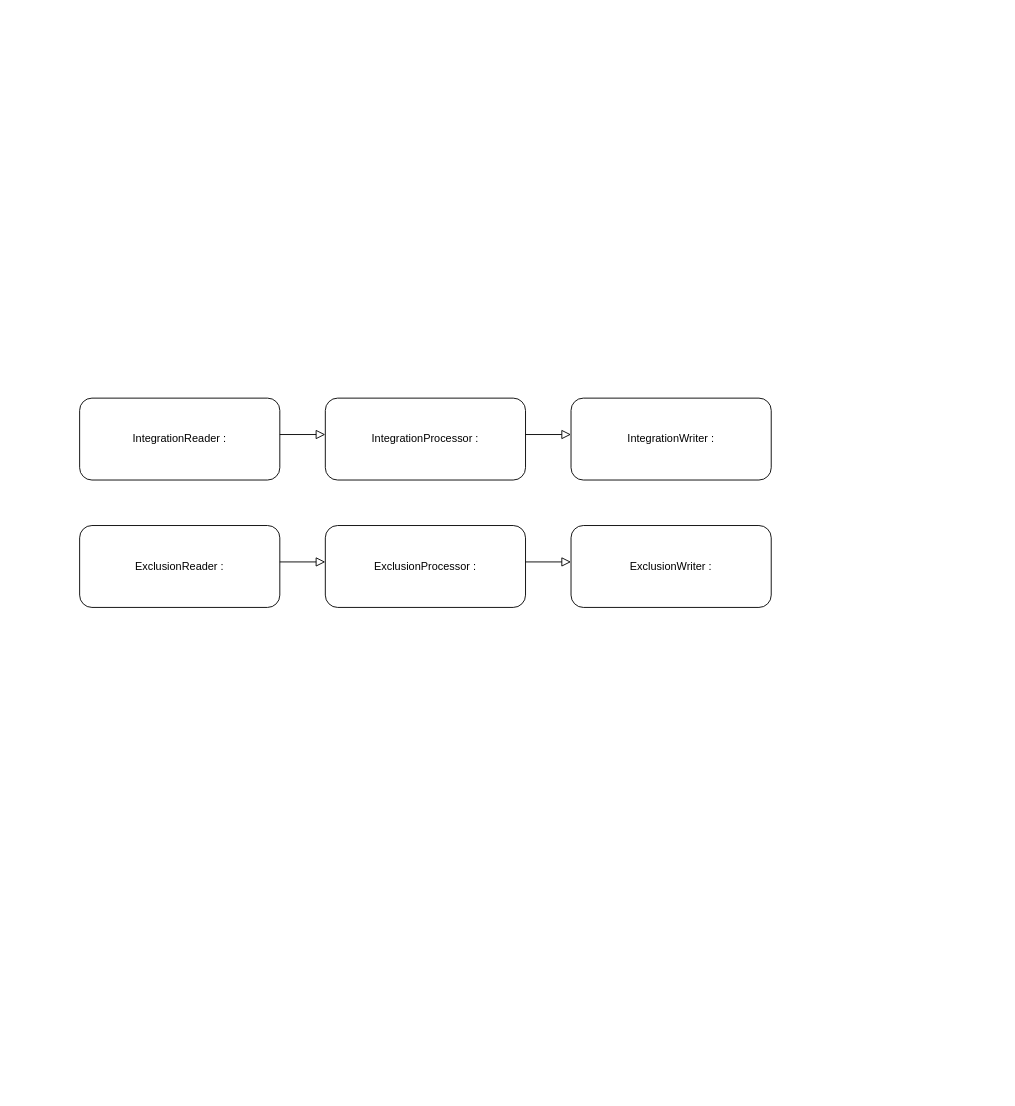
Before: flux_decipam_integration_selection.drawio in ewan-delanoy/uml_diagram, a draw.io diagram. Source tidied: cells renumbered, new cells numbered last; positions are measured from the earlier drawing's top-left corner, leaving out a move shared by most shapes. Both pictures are drawn from the tidied source at 91%, with x=0, y=0 at pixel (79, 398).
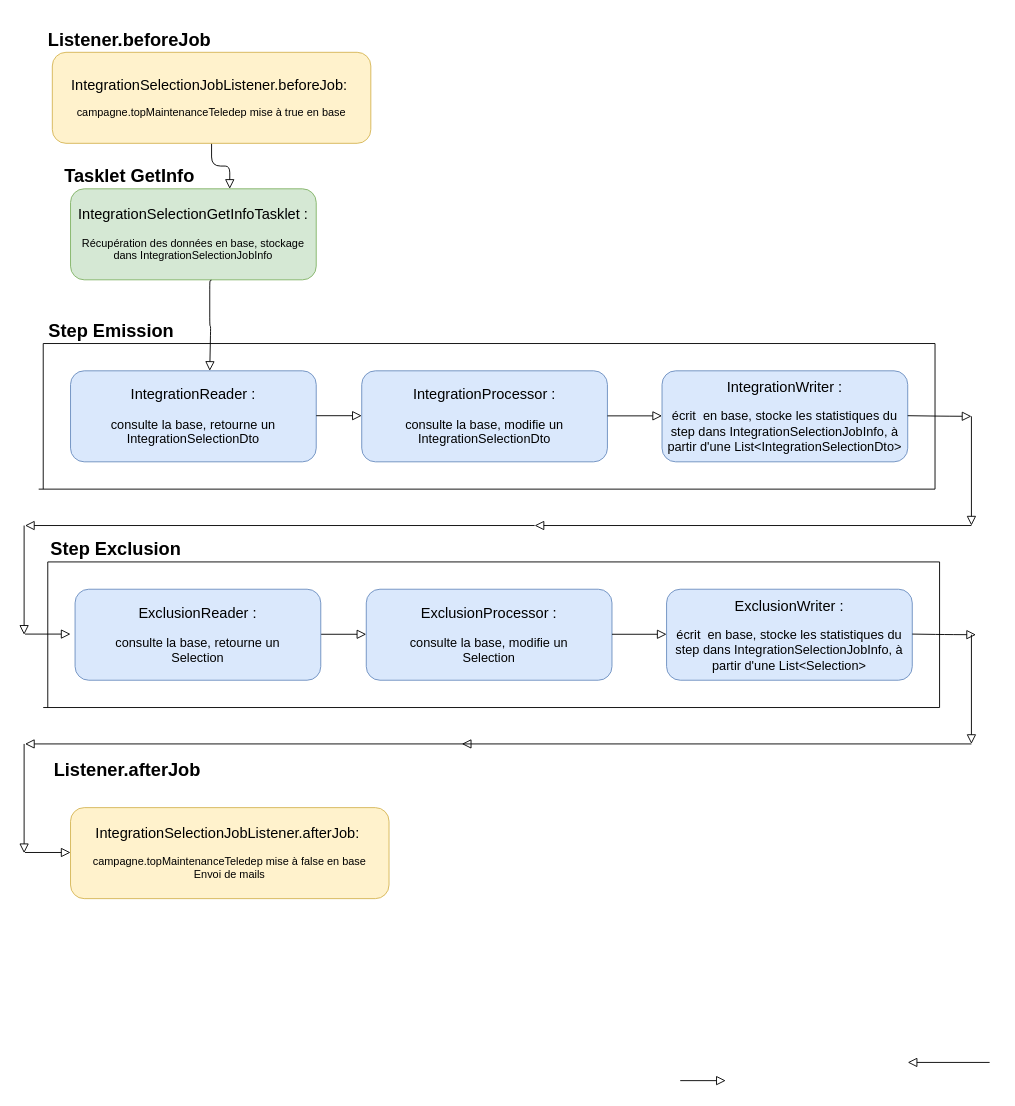
After the change.

Commit message:
Mettre à jour flux_decipam_integration_selection.drawio

What changed in the source:
```diff
@@
-    <mxCell id="2" value="IntegrationReader : " style="rounded=1;whiteSpace=wrap;html=1;fontSize=12;glass=0;strokeWidth=1;shadow=0;" parent="1" vertex="1">
-      <mxGeometry width="220" height="90" as="geometry" />
-    </mxCell>
-    <mxCell id="3" style="edgeStyle=orthogonalEdgeStyle;rounded=0;html=1;jettySize=auto;orthogonalLoop=1;fontSize=11;endArrow=block;endFill=0;endSize=8;strokeWidth=1;shadow=0;labelBackgroundColor=none;" parent="1" edge="1">
+    <mxCell id="3" style="edgeStyle=orthogonalEdgeStyle;rounded=1;html=1;jettySize=auto;orthogonalLoop=1;fontSize=11;endArrow=block;endFill=0;endSize=8;strokeWidth=1;shadow=0;labelBackgroundColor=none;" parent="1" edge="1">
       <mxGeometry y="10" relative="1" as="geometry">
-        <mxPoint x="220" y="40" as="sourcePoint" />
-        <mxPoint x="270" y="40" as="targetPoint" />
+        <mxPoint x="265" y="259.5" as="sourcePoint" />
+        <mxPoint x="315" y="259.5" as="targetPoint" />
       </mxGeometry>
     </mxCell>
-    <mxCell id="4" value="IntegrationProcessor : " style="rounded=1;whiteSpace=wrap;html=1;fontSize=12;glass=0;strokeWidth=1;shadow=0;" parent="1" vertex="1">
-      <mxGeometry x="270" width="220" height="90" as="geometry" />
-    </mxCell>
-    <mxCell id="5" style="edgeStyle=orthogonalEdgeStyle;rounded=0;html=1;jettySize=auto;orthogonalLoop=1;fontSize=11;endArrow=block;endFill=0;endSize=8;strokeWidth=1;shadow=0;labelBackgroundColor=none;" parent="1" edge="1">
-      <mxGeometry y="10" relative="1" as="geometry">
-        <mxPoint x="490" y="40" as="sourcePoint" />
-        <mxPoint x="540" y="40" as="targetPoint" />
-      </mxGeometry>
+    <mxCell id="5" style="edgeStyle=orthogonalEdgeStyle;rounded=1;html=1;jettySize=auto;fontSize=11;endArrow=block;endFill=0;endSize=8;strokeWidth=1;shadow=0;labelBackgroundColor=none;exitX=0.5;exitY=1;exitDx=0;exitDy=0;entryX=0.648;entryY=0;entryDx=0;entryDy=0;entryPerimeter=0;" parent="1" edge="1" source="14" target="12">
+      <mxGeometry y="10" relative="1" as="geometry" />
     </mxCell>
-    <mxCell id="6" value="IntegrationWriter : " style="rounded=1;whiteSpace=wrap;html=1;fontSize=12;glass=0;strokeWidth=1;shadow=0;" parent="1" vertex="1">
-      <mxGeometry x="540" width="220" height="90" as="geometry" />
-    </mxCell>
-    <mxCell id="7" value="ExclusionReader : " style="rounded=1;whiteSpace=wrap;html=1;fontSize=12;glass=0;strokeWidth=1;shadow=0;" parent="1" vertex="1">
-      <mxGeometry y="140" width="220" height="90" as="geometry" />
-    </mxCell>
-    <mxCell id="8" style="edgeStyle=orthogonalEdgeStyle;rounded=0;html=1;jettySize=auto;orthogonalLoop=1;fontSize=11;endArrow=block;endFill=0;endSize=8;strokeWidth=1;shadow=0;labelBackgroundColor=none;" parent="1" edge="1">
-      <mxGeometry y="10" relative="1" as="geometry">
-        <mxPoint x="220" y="180" as="sourcePoint" />
-        <mxPoint x="270" y="180" as="targetPoint" />
-      </mxGeometry>
-    </mxCell>
-    <mxCell id="9" value="ExclusionProcessor : " style="rounded=1;whiteSpace=wrap;html=1;fontSize=12;glass=0;strokeWidth=1;shadow=0;" parent="1" vertex="1">
-      <mxGeometry x="270" y="140" width="220" height="90" as="geometry" />
-    </mxCell>
-    <mxCell id="10" style="edgeStyle=orthogonalEdgeStyle;rounded=0;html=1;jettySize=auto;orthogonalLoop=1;fontSize=11;endArrow=block;endFill=0;endSize=8;strokeWidth=1;shadow=0;labelBackgroundColor=none;" parent="1" edge="1">
-      <mxGeometry y="10" relative="1" as="geometry">
-        <mxPoint x="490" y="180" as="sourcePoint" />
-        <mxPoint x="540" y="180" as="targetPoint" />
-      </mxGeometry>
-    </mxCell>
-    <mxCell id="11" value="ExclusionWriter : " style="rounded=1;whiteSpace=wrap;html=1;fontSize=12;glass=0;strokeWidth=1;shadow=0;" parent="1" vertex="1">
-      <mxGeometry x="540" y="140" width="220" height="90" as="geometry" />
-    </mxCell>
+    <mxCell id="12" value="&lt;font style=&quot;font-size: 16px;&quot;&gt;IntegrationSelectionGetInfoTasklet :&lt;/font&gt; &lt;div&gt;&lt;br&gt;&lt;/div&gt;Récupération des données en base, stockage dans IntegrationSelectionJobInfo" style="rounded=1;whiteSpace=wrap;html=1;fontSize=12;glass=0;strokeWidth=1;shadow=0;fillColor=#d5e8d4;strokeColor=#82b366;" parent="1" vertex="1">
+      <mxGeometry x="-10" y="-230" width="270" height="100" as="geometry" />
+    </mxCell>
+    <mxCell id="13" value="&lt;font size=&quot;1&quot;&gt;&lt;b style=&quot;font-size: 20px;&quot;&gt;Tasklet GetInfo&lt;br&gt;&lt;/b&gt;&lt;/font&gt;" style="text;html=1;align=center;verticalAlign=middle;whiteSpace=wrap;rounded=1;" parent="1" vertex="1">
+      <mxGeometry x="-20" y="-270" width="150" height="50" as="geometry" />
+    </mxCell>
+    <mxCell id="14" value="&lt;font style=&quot;font-size: 16px;&quot;&gt;IntegrationSelectionJobListener.beforeJob:&amp;nbsp;&lt;/font&gt; &lt;div&gt;&lt;br&gt;&lt;/div&gt;campagne.topMaintenanceTeledep mise à true en base" style="rounded=1;whiteSpace=wrap;html=1;fontSize=12;glass=0;strokeWidth=1;shadow=0;fillColor=#fff2cc;strokeColor=#d6b656;" parent="1" vertex="1">
+      <mxGeometry x="-30" y="-380" width="350" height="100" as="geometry" />
+    </mxCell>
+    <mxCell id="15" value="&lt;font size=&quot;1&quot;&gt;&lt;b style=&quot;font-size: 20px;&quot;&gt;Listener.beforeJob&lt;/b&gt;&lt;/font&gt;" style="text;html=1;align=center;verticalAlign=middle;whiteSpace=wrap;rounded=1;" parent="1" vertex="1">
+      <mxGeometry x="-20" y="-420" width="150" height="50" as="geometry" />
+    </mxCell>
+    <mxCell id="16" value="&lt;font style=&quot;font-size: 16px;&quot;&gt;IntegrationSelectionJobListener.afterJob:&amp;nbsp;&lt;/font&gt; &lt;div&gt;&lt;br&gt;&lt;/div&gt;campagne.topMaintenanceTeledep mise à false en base&lt;br&gt;Envoi de mails " style="rounded=1;whiteSpace=wrap;html=1;fontSize=12;glass=0;strokeWidth=1;shadow=0;fillColor=#fff2cc;strokeColor=#d6b656;" parent="1" vertex="1">
+      <mxGeometry x="-10" y="450" width="350" height="100" as="geometry" />
+    </mxCell>
+    <mxCell id="17" value="&lt;font size=&quot;1&quot;&gt;&lt;b style=&quot;font-size: 20px;&quot;&gt;Listener.afterJob&lt;/b&gt;&lt;/font&gt;" style="text;whiteSpace=wrap;html=1;rounded=1;" parent="1" vertex="1">
+      <mxGeometry x="-30" y="390" width="210" height="50" as="geometry" />
+    </mxCell>
+    <mxCell id="18" value="&lt;font style=&quot;font-size: 16px;&quot;&gt;IntegrationReader :&lt;/font&gt; &lt;div&gt;&lt;br&gt;&lt;/div&gt;&lt;font style=&quot;font-size: 14px;&quot;&gt;consulte la base, retourne un IntegrationSelectionDto&lt;/font&gt;" style="rounded=1;whiteSpace=wrap;html=1;fontSize=12;glass=0;strokeWidth=1;shadow=0;fillColor=#dae8fc;strokeColor=#6c8ebf;" parent="1" vertex="1">
+      <mxGeometry x="-10" y="-30" width="270" height="100" as="geometry" />
+    </mxCell>
+    <mxCell id="19" value="&lt;font style=&quot;font-size: 16px;&quot;&gt;IntegrationProcessor :&lt;/font&gt; &lt;div&gt;&lt;br&gt;&lt;/div&gt;&lt;font style=&quot;font-size: 14px;&quot;&gt;consulte la base, modifie un IntegrationSelectionDto&lt;/font&gt;" style="rounded=1;whiteSpace=wrap;html=1;fontSize=12;glass=0;strokeWidth=1;shadow=0;fillColor=#dae8fc;strokeColor=#6c8ebf;" parent="1" vertex="1">
+      <mxGeometry x="310" y="-30" width="270" height="100" as="geometry" />
+    </mxCell>
+    <mxCell id="20" value="&lt;font style=&quot;font-size: 16px;&quot;&gt;IntegrationWriter :&lt;/font&gt; &lt;div&gt;&lt;br&gt;&lt;/div&gt;&lt;font style=&quot;font-size: 14px;&quot;&gt;écrit&amp;nbsp; en base, stocke les statistiques du step dans IntegrationSelectionJobInfo, à partir d'une List&amp;lt;IntegrationSelectionDto&amp;gt;&lt;/font&gt;" style="rounded=1;whiteSpace=wrap;html=1;fontSize=12;glass=0;strokeWidth=1;shadow=0;fillColor=#dae8fc;strokeColor=#6c8ebf;" parent="1" vertex="1">
+      <mxGeometry x="640" y="-30" width="270" height="100" as="geometry" />
+    </mxCell>
+    <mxCell id="21" style="endArrow=none;html=1;rounded=1;" parent="1" edge="1">
+      <mxGeometry relative="1" as="geometry">
+        <mxPoint x="-40" y="-60" as="sourcePoint" />
+        <mxPoint x="940" y="-60" as="targetPoint" />
+      </mxGeometry>
+    </mxCell>
+    <mxCell id="22" style="endArrow=none;html=1;rounded=1;" parent="1" edge="1">
+      <mxGeometry relative="1" as="geometry">
+        <mxPoint x="940" y="100" as="sourcePoint" />
+        <mxPoint x="940" y="-60" as="targetPoint" />
+      </mxGeometry>
+    </mxCell>
+    <mxCell id="23" style="endArrow=none;html=1;rounded=1;" parent="1" edge="1">
+      <mxGeometry relative="1" as="geometry">
+        <mxPoint x="-45" y="100" as="sourcePoint" />
+        <mxPoint x="940" y="100" as="targetPoint" />
+      </mxGeometry>
+    </mxCell>
+    <mxCell id="24" style="endArrow=none;html=1;rounded=1;" parent="1" edge="1">
+      <mxGeometry relative="1" as="geometry">
+        <mxPoint x="-40" y="100" as="sourcePoint" />
+        <mxPoint x="-40" y="-60" as="targetPoint" />
+      </mxGeometry>
+    </mxCell>
+    <mxCell id="25" value="&lt;font size=&quot;1&quot;&gt;&lt;b style=&quot;font-size: 20px;&quot;&gt;Step Emission&lt;br&gt;&lt;/b&gt;&lt;/font&gt;" style="text;html=1;align=center;verticalAlign=middle;whiteSpace=wrap;rounded=1;" parent="1" vertex="1">
+      <mxGeometry x="-40" y="-100" width="150" height="50" as="geometry" />
+    </mxCell>
+    <mxCell id="26" value="&lt;font style=&quot;font-size: 16px;&quot;&gt;ExclusionReader :&lt;/font&gt; &lt;div&gt;&lt;br&gt;&lt;/div&gt;&lt;font style=&quot;font-size: 14px;&quot;&gt;consulte la base, retourne un &lt;br&gt;Selection&lt;/font&gt;" style="rounded=1;whiteSpace=wrap;html=1;fontSize=12;glass=0;strokeWidth=1;shadow=0;fillColor=#dae8fc;strokeColor=#6c8ebf;" parent="1" vertex="1">
+      <mxGeometry x="-5" y="210" width="270" height="100" as="geometry" />
+    </mxCell>
+    <mxCell id="27" value="&lt;font style=&quot;font-size: 16px;&quot;&gt;ExclusionProcessor :&lt;/font&gt; &lt;div&gt;&lt;br&gt;&lt;/div&gt;&lt;font style=&quot;font-size: 14px;&quot;&gt;consulte la base, modifie un &lt;br&gt;Selection&lt;/font&gt;" style="rounded=1;whiteSpace=wrap;html=1;fontSize=12;glass=0;strokeWidth=1;shadow=0;fillColor=#dae8fc;strokeColor=#6c8ebf;" parent="1" vertex="1">
+      <mxGeometry x="315" y="210" width="270" height="100" as="geometry" />
+    </mxCell>
+    <mxCell id="28" value="&lt;font style=&quot;font-size: 16px;&quot;&gt;ExclusionWriter :&lt;/font&gt; &lt;div&gt;&lt;br&gt;&lt;/div&gt;&lt;font style=&quot;font-size: 14px;&quot;&gt;écrit&amp;nbsp; en base, stocke les statistiques du step dans IntegrationSelectionJobInfo, à partir d'une List&amp;lt;Selection&amp;gt;&lt;/font&gt;" style="rounded=1;whiteSpace=wrap;html=1;fontSize=12;glass=0;strokeWidth=1;shadow=0;fillColor=#dae8fc;strokeColor=#6c8ebf;" parent="1" vertex="1">
+      <mxGeometry x="645" y="210" width="270" height="100" as="geometry" />
+    </mxCell>
+    <mxCell id="29" style="endArrow=none;html=1;rounded=1;" parent="1" edge="1">
+      <mxGeometry relative="1" as="geometry">
+        <mxPoint x="-35" y="180" as="sourcePoint" />
+        <mxPoint x="945" y="180" as="targetPoint" />
+      </mxGeometry>
+    </mxCell>
+    <mxCell id="30" style="endArrow=none;html=1;rounded=1;" parent="1" edge="1">
+      <mxGeometry relative="1" as="geometry">
+        <mxPoint x="945" y="340" as="sourcePoint" />
+        <mxPoint x="945" y="180" as="targetPoint" />
+      </mxGeometry>
+    </mxCell>
+    <mxCell id="31" style="endArrow=none;html=1;rounded=1;" parent="1" edge="1">
+      <mxGeometry relative="1" as="geometry">
+        <mxPoint x="-40" y="340" as="sourcePoint" />
+        <mxPoint x="945" y="340" as="targetPoint" />
+      </mxGeometry>
+    </mxCell>
+    <mxCell id="32" style="endArrow=none;html=1;rounded=1;" parent="1" edge="1">
+      <mxGeometry relative="1" as="geometry">
+        <mxPoint x="-35" y="340" as="sourcePoint" />
+        <mxPoint x="-35" y="180" as="targetPoint" />
+      </mxGeometry>
+    </mxCell>
+    <mxCell id="33" value="&lt;font size=&quot;1&quot;&gt;&lt;b style=&quot;font-size: 20px;&quot;&gt;Step Exclusion&lt;br&gt;&lt;/b&gt;&lt;/font&gt;" style="text;html=1;align=center;verticalAlign=middle;whiteSpace=wrap;rounded=1;" parent="1" vertex="1">
+      <mxGeometry x="-35" y="140" width="150" height="50" as="geometry" />
+    </mxCell>
+    <mxCell id="34" style="edgeStyle=orthogonalEdgeStyle;rounded=1;html=1;jettySize=auto;orthogonalLoop=1;fontSize=11;endArrow=block;endFill=0;endSize=8;strokeWidth=1;shadow=0;labelBackgroundColor=none;" parent="1" edge="1">
+      <mxGeometry y="10" relative="1" as="geometry">
+        <mxPoint x="260" y="19.3" as="sourcePoint" />
+        <mxPoint x="310" y="19.3" as="targetPoint" />
+      </mxGeometry>
+    </mxCell>
+    <mxCell id="35" style="edgeStyle=orthogonalEdgeStyle;rounded=1;html=1;jettySize=auto;orthogonalLoop=1;fontSize=11;endArrow=block;endFill=0;endSize=8;strokeWidth=1;shadow=0;labelBackgroundColor=none;exitX=0.5;exitY=1;exitDx=0;exitDy=0;" parent="1" edge="1">
+      <mxGeometry y="10" relative="1" as="geometry">
+        <mxPoint x="144.5" y="-130" as="sourcePoint" />
+        <mxPoint x="143" y="-30" as="targetPoint" />
+        <Array as="points">
+          <mxPoint x="145" y="-129" />
+          <mxPoint x="143" y="-129" />
+          <mxPoint x="143" y="-79" />
+          <mxPoint x="144" y="-79" />
+        </Array>
+      </mxGeometry>
+    </mxCell>
+    <mxCell id="36" style="edgeStyle=orthogonalEdgeStyle;rounded=1;html=1;jettySize=auto;fontSize=11;endArrow=block;endFill=0;endSize=8;strokeWidth=1;shadow=0;labelBackgroundColor=none;" parent="1" edge="1" source="19">
+      <mxGeometry y="10" relative="1" as="geometry">
+        <mxPoint x="640" y="19.5" as="targetPoint" />
+      </mxGeometry>
+    </mxCell>
+    <mxCell id="37" style="edgeStyle=orthogonalEdgeStyle;rounded=1;html=1;jettySize=auto;fontSize=11;endArrow=block;endFill=0;endSize=8;strokeWidth=1;shadow=0;labelBackgroundColor=none;" parent="1" edge="1" target="28">
+      <mxGeometry y="10" relative="1" as="geometry">
+        <mxPoint x="585" y="259.5" as="sourcePoint" />
+      </mxGeometry>
+    </mxCell>
+    <mxCell id="38" style="edgeStyle=orthogonalEdgeStyle;rounded=1;html=1;jettySize=auto;orthogonalLoop=1;fontSize=11;endArrow=block;endFill=0;endSize=8;strokeWidth=1;shadow=0;labelBackgroundColor=none;" parent="1" edge="1">
+      <mxGeometry y="10" relative="1" as="geometry">
+        <mxPoint x="-60" y="259.3" as="sourcePoint" />
+        <mxPoint x="-10" y="259.3" as="targetPoint" />
+      </mxGeometry>
+    </mxCell>
+    <mxCell id="39" style="edgeStyle=orthogonalEdgeStyle;rounded=1;html=1;jettySize=auto;orthogonalLoop=1;fontSize=11;endArrow=block;endFill=0;endSize=8;strokeWidth=1;shadow=0;labelBackgroundColor=none;" parent="1" edge="1">
+      <mxGeometry y="10" relative="1" as="geometry">
+        <mxPoint x="910" y="19.3" as="sourcePoint" />
+        <mxPoint x="980" y="20" as="targetPoint" />
+      </mxGeometry>
+    </mxCell>
+    <mxCell id="40" style="edgeStyle=orthogonalEdgeStyle;rounded=1;html=1;jettySize=auto;orthogonalLoop=1;fontSize=11;endArrow=block;endFill=0;endSize=8;strokeWidth=1;shadow=0;labelBackgroundColor=none;" parent="1" edge="1">
+      <mxGeometry y="10" relative="1" as="geometry">
+        <mxPoint x="915" y="259.3" as="sourcePoint" />
+        <mxPoint x="985" y="260" as="targetPoint" />
+      </mxGeometry>
+    </mxCell>
+    <mxCell id="41" style="edgeStyle=orthogonalEdgeStyle;rounded=1;html=1;jettySize=auto;orthogonalLoop=1;fontSize=11;endArrow=block;endFill=0;endSize=8;strokeWidth=1;shadow=0;labelBackgroundColor=none;" parent="1" edge="1">
+      <mxGeometry y="10" relative="1" as="geometry">
+        <mxPoint x="980" y="260" as="sourcePoint" />
+        <mxPoint x="980" y="380" as="targetPoint" />
+      </mxGeometry>
+    </mxCell>
+    <mxCell id="42" style="edgeStyle=orthogonalEdgeStyle;rounded=1;html=1;jettySize=auto;orthogonalLoop=1;fontSize=11;endArrow=block;endFill=0;endSize=8;strokeWidth=1;shadow=0;labelBackgroundColor=none;" parent="1" edge="1">
+      <mxGeometry y="10" relative="1" as="geometry">
+        <mxPoint x="980" y="20" as="sourcePoint" />
+        <mxPoint x="980" y="140" as="targetPoint" />
+      </mxGeometry>
+    </mxCell>
+    <mxCell id="43" style="edgeStyle=orthogonalEdgeStyle;rounded=1;html=1;jettySize=auto;orthogonalLoop=1;fontSize=11;endArrow=block;endFill=0;endSize=8;strokeWidth=1;shadow=0;labelBackgroundColor=none;" parent="1" edge="1">
+      <mxGeometry y="10" relative="1" as="geometry">
+        <mxPoint x="980" y="140" as="sourcePoint" />
+        <mxPoint x="500" y="140" as="targetPoint" />
+      </mxGeometry>
+    </mxCell>
+    <mxCell id="44" style="edgeStyle=orthogonalEdgeStyle;rounded=1;html=1;jettySize=auto;orthogonalLoop=1;fontSize=11;endArrow=block;endFill=0;endSize=8;strokeWidth=1;shadow=0;labelBackgroundColor=none;" parent="1" edge="1">
+      <mxGeometry y="10" relative="1" as="geometry">
+        <mxPoint x="1000" y="730" as="sourcePoint" />
+        <mxPoint x="910" y="730" as="targetPoint" />
+      </mxGeometry>
+    </mxCell>
+    <mxCell id="45" style="edgeStyle=orthogonalEdgeStyle;rounded=1;html=1;jettySize=auto;orthogonalLoop=1;fontSize=11;endArrow=block;endFill=0;endSize=8;strokeWidth=1;shadow=0;labelBackgroundColor=none;" parent="1" edge="1">
+      <mxGeometry y="10" relative="1" as="geometry">
+        <mxPoint x="500" y="140" as="sourcePoint" />
+        <mxPoint x="-60" y="140" as="targetPoint" />
+      </mxGeometry>
+    </mxCell>
+    <mxCell id="46" style="edgeStyle=orthogonalEdgeStyle;rounded=1;html=1;jettySize=auto;orthogonalLoop=1;fontSize=11;endArrow=block;endFill=0;endSize=8;strokeWidth=1;shadow=0;labelBackgroundColor=none;" parent="1" edge="1">
+      <mxGeometry y="10" relative="1" as="geometry">
+        <mxPoint x="980" y="380" as="sourcePoint" />
+        <mxPoint x="420" y="380" as="targetPoint" />
+      </mxGeometry>
+    </mxCell>
+    <mxCell id="47" style="edgeStyle=orthogonalEdgeStyle;rounded=1;html=1;jettySize=auto;orthogonalLoop=1;fontSize=11;endArrow=block;endFill=0;endSize=8;strokeWidth=1;shadow=0;labelBackgroundColor=none;" parent="1" edge="1">
+      <mxGeometry y="10" relative="1" as="geometry">
+        <mxPoint x="430" y="380" as="sourcePoint" />
+        <mxPoint x="-60" y="380" as="targetPoint" />
+      </mxGeometry>
+    </mxCell>
+    <mxCell id="48" style="edgeStyle=orthogonalEdgeStyle;rounded=1;html=1;jettySize=auto;orthogonalLoop=1;fontSize=11;endArrow=block;endFill=0;endSize=8;strokeWidth=1;shadow=0;labelBackgroundColor=none;" parent="1" edge="1">
+      <mxGeometry y="10" relative="1" as="geometry">
+        <mxPoint x="-61" y="140" as="sourcePoint" />
+        <mxPoint x="-61" y="260" as="targetPoint" />
+      </mxGeometry>
+    </mxCell>
+    <mxCell id="49" style="edgeStyle=orthogonalEdgeStyle;rounded=1;html=1;jettySize=auto;orthogonalLoop=1;fontSize=11;endArrow=block;endFill=0;endSize=8;strokeWidth=1;shadow=0;labelBackgroundColor=none;" parent="1" edge="1">
+      <mxGeometry y="10" relative="1" as="geometry">
+        <mxPoint x="-61" y="380" as="sourcePoint" />
+        <mxPoint x="-61" y="500" as="targetPoint" />
+      </mxGeometry>
+    </mxCell>
+    <mxCell id="50" style="edgeStyle=orthogonalEdgeStyle;rounded=1;html=1;jettySize=auto;orthogonalLoop=1;fontSize=11;endArrow=block;endFill=0;endSize=8;strokeWidth=1;shadow=0;labelBackgroundColor=none;" parent="1" edge="1">
+      <mxGeometry y="10" relative="1" as="geometry">
+        <mxPoint x="-60" y="499.3" as="sourcePoint" />
+        <mxPoint x="-10" y="499.3" as="targetPoint" />
+      </mxGeometry>
+    </mxCell>
+    <mxCell id="51" style="edgeStyle=orthogonalEdgeStyle;rounded=1;html=1;jettySize=auto;orthogonalLoop=1;fontSize=11;endArrow=block;endFill=0;endSize=8;strokeWidth=1;shadow=0;labelBackgroundColor=none;" parent="1" edge="1">
+      <mxGeometry y="10" relative="1" as="geometry">
+        <mxPoint x="660" y="750" as="sourcePoint" />
+        <mxPoint x="710" y="750" as="targetPoint" />
+      </mxGeometry>
+    </mxCell>
```
